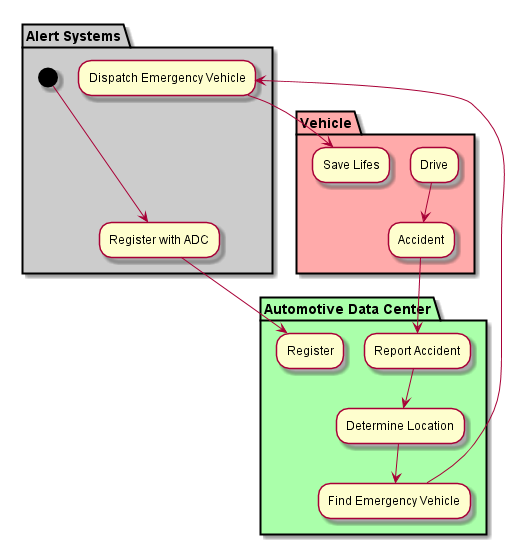
Earlier version of the PlantUML export docs/Actors/Alert-Systems/Activity.png (CAADE/ADC).
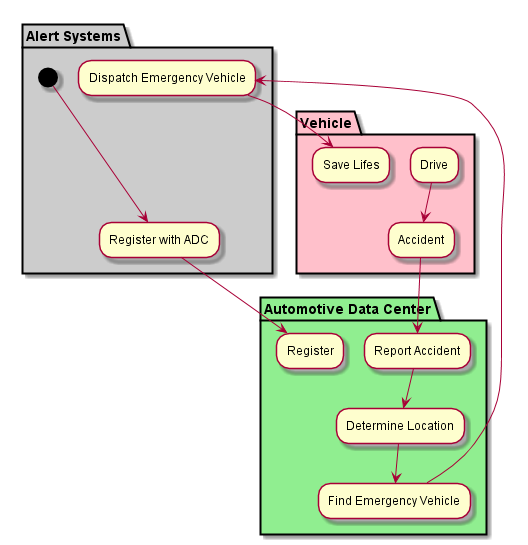
After the change.

Diff of the diagram source:
```diff
@@ -4,11 +4,11 @@
   (*) ---> "Register with ADC"
 }
 
-partition "Automotive Data Center" #aaffaa {
+partition "Automotive Data Center" #lightgreen {
   "Register with ADC" --> "Register"
 }
 
-partition "Vehicle" #ffaaaa {
+partition "Vehicle" #pink {
    "Drive" --> "Accident"
 }
 
```
